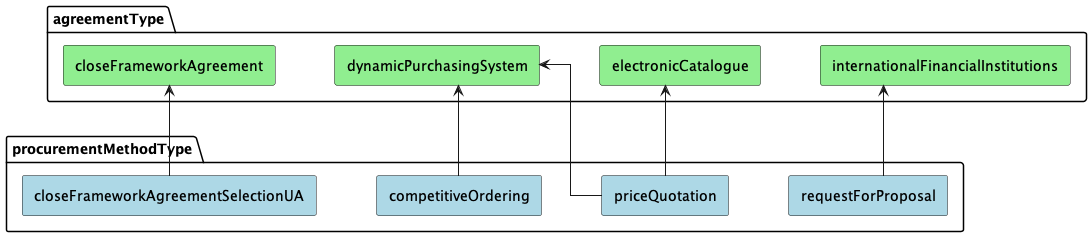
Earlier version of the PlantUML export docs/source/tendering/config/diagrams/tender_agreement_relations.png (ProzorroUKR/openprocurement.api).
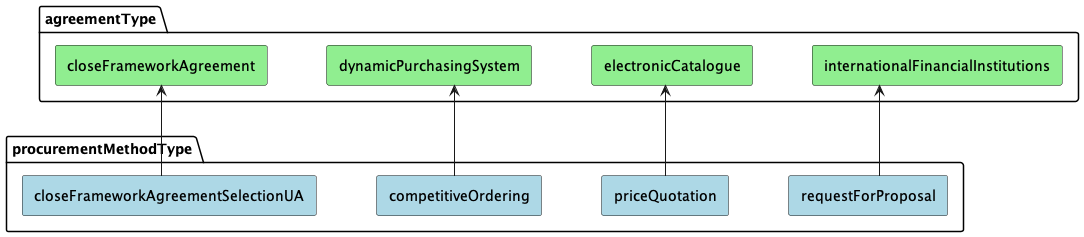
The same file after the commit.

The edit, as a diff of the source:
```diff
@@ -29,7 +29,6 @@
 
 agreementType_closeFrameworkAgreement <-- procurementMethodType_closeFrameworkAgreementSelectionUA
 agreementType_dynamicPurchasingSystem <-- procurementMethodType_competitiveOrdering
-agreementType_dynamicPurchasingSystem <-- procurementMethodType_priceQuotation
 agreementType_electronicCatalogue <-- procurementMethodType_priceQuotation
 agreementType_internationalFinancialInstitutions <-- procurementMethodType_requestForProposal
 
```
